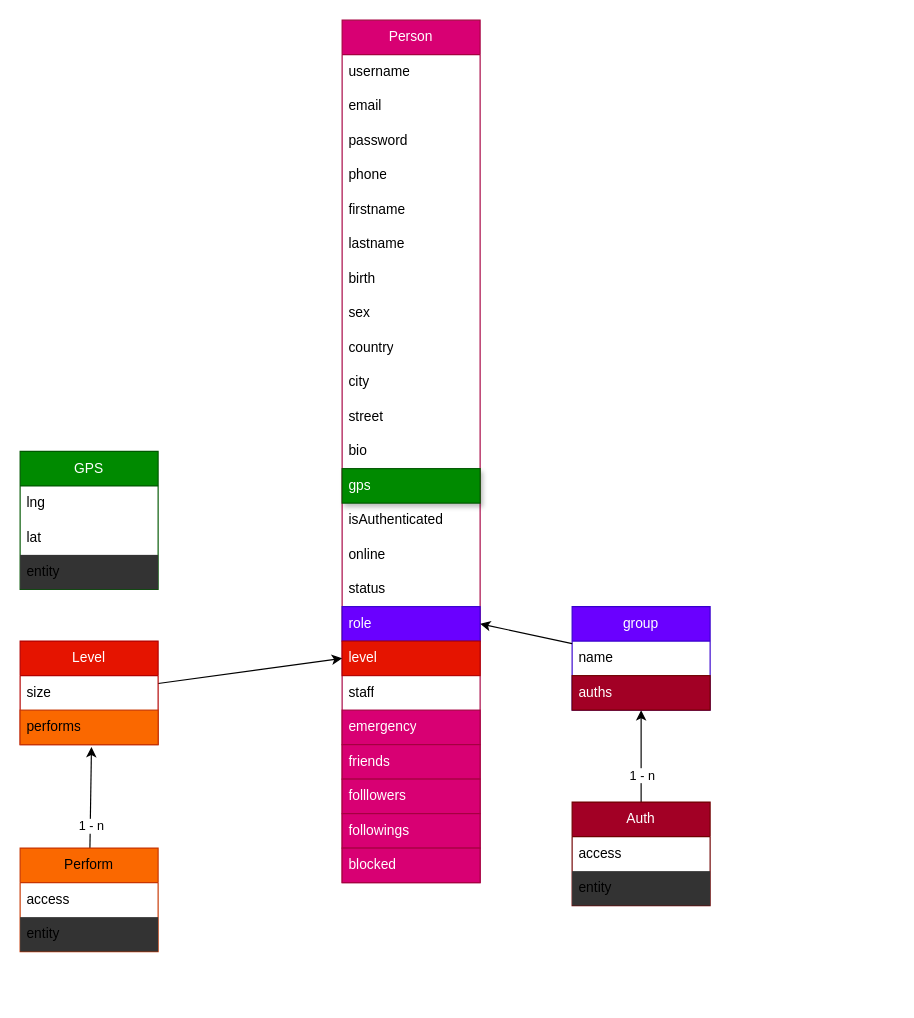
Before: user.drawio in hydromelvictor/wilder, a draw.io diagram. Source tidied: cells renumbered, new cells numbered last; positions are measured from the earlier drawing's top-left corner, leaving out a move shared by most shapes. Both pictures are drawn from the tidied source at 115%, with x=0, y=0 at pixel (20, 20).
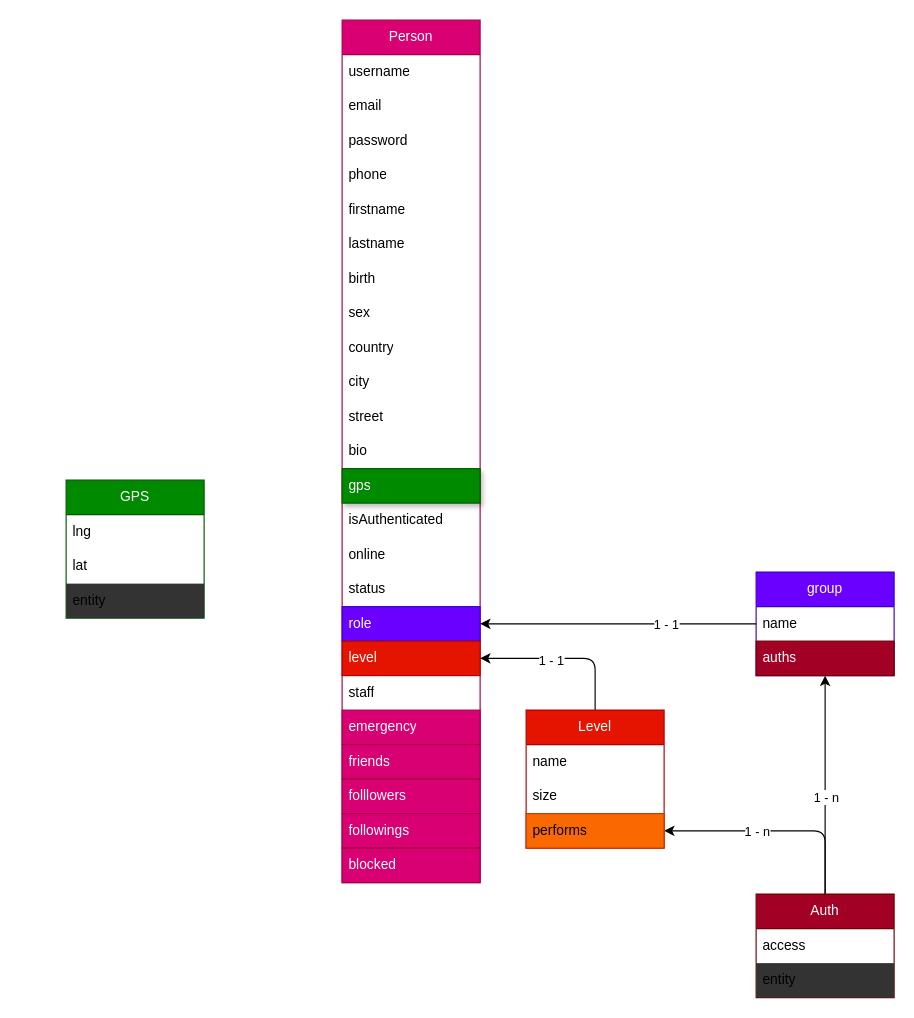
After the change.

The change refers to these unchanged cells:
```xml
<mxCell id="20" value="level" style="text;strokeColor=#B20000;fillColor=#e51400;align=left;verticalAlign=middle;spacingLeft=4;spacingRight=4;overflow=hidden;points=[[0,0.5],[1,0.5]];portConstraint=eastwest;whiteSpace=wrap;html=1;fontColor=#ffffff;" parent="2" vertex="1">
  <mxGeometry y="540" width="120" height="30" as="geometry" />
</mxCell>
<mxCell id="27" style="edgeStyle=none;html=1;" parent="1" edge="1" source="29" target="39">
  <mxGeometry relative="1" as="geometry" />
</mxCell>
<mxCell id="44" style="edgeStyle=none;html=1;entryX=1;entryY=0.5;entryDx=0;entryDy=0;" parent="1" edge="1" source="38" target="19">
  <mxGeometry relative="1" as="geometry" />
</mxCell>
```

Change to the diagram source:
```diff
@@
     <mxCell id="28" value="1 - n" style="edgeLabel;html=1;align=center;verticalAlign=middle;" parent="27" vertex="1">
-      <mxGeometry x="-0.4" relative="1" as="geometry" />
+      <mxGeometry x="-0.4" relative="1" as="geometry">
+        <mxPoint y="-28" as="offset" />
+      </mxGeometry>
     </mxCell>
+    <mxCell id="49" style="edgeStyle=none;html=1;entryX=1;entryY=0.5;entryDx=0;entryDy=0;" parent="1" edge="1" source="29" target="43">
+      <mxGeometry relative="1" as="geometry">
+        <Array as="points">
+          <mxPoint x="700" y="705" />
+        </Array>
+      </mxGeometry>
+    </mxCell>
+    <mxCell id="33" value="1 - n" style="edgeLabel;html=1;align=center;verticalAlign=middle;" parent="49" vertex="1">
+      <mxGeometry x="0.16" y="1" relative="1" as="geometry">
+        <mxPoint x="-2" y="-1" as="offset" />
+      </mxGeometry>
+    </mxCell>
     <mxCell id="29" value="Auth" style="swimlane;fontStyle=0;horizontal=1;startSize=30;whiteSpace=wrap;html=1;fillColor=#a20025;fontColor=#ffffff;strokeColor=#6F0000;" parent="1" vertex="1">
-      <mxGeometry x="480" y="680" width="120" height="90" as="geometry" />
+      <mxGeometry x="640" y="760" width="120" height="90" as="geometry" />
     </mxCell>
@@
-    <mxCell id="32" style="edgeStyle=none;html=1;entryX=0.517;entryY=1.067;entryDx=0;entryDy=0;entryPerimeter=0;" parent="1" edge="1" source="34" target="43">
-      <mxGeometry relative="1" as="geometry" />
-    </mxCell>
-    <mxCell id="33" value="1 - n" style="edgeLabel;html=1;align=center;verticalAlign=middle;" parent="32" vertex="1">
-      <mxGeometry x="-0.55" y="-1" relative="1" as="geometry" />
-    </mxCell>
-    <mxCell id="34" value="Perform" style="swimlane;fontStyle=0;horizontal=1;startSize=30;whiteSpace=wrap;html=1;fillColor=#fa6800;fontColor=#000000;strokeColor=#C73500;" parent="1" vertex="1">
-      <mxGeometry y="720" width="120" height="90" as="geometry" />
-    </mxCell>
-    <mxCell id="35" value="access" style="text;strokeColor=none;fillColor=none;align=left;verticalAlign=middle;spacingLeft=4;spacingRight=4;overflow=hidden;whiteSpace=wrap;html=1;" parent="34" vertex="1">
-      <mxGeometry y="30" width="120" height="30" as="geometry" />
-    </mxCell>
-    <mxCell id="36" value="entity" style="text;strokeColor=none;fillColor=#333333;align=left;verticalAlign=middle;spacingLeft=4;spacingRight=4;overflow=hidden;whiteSpace=wrap;html=1;" parent="34" vertex="1">
-      <mxGeometry y="60" width="120" height="30" as="geometry" />
-    </mxCell>
     <mxCell id="37" value="group" style="swimlane;fontStyle=0;horizontal=1;startSize=30;whiteSpace=wrap;html=1;fillColor=#6a00ff;fontColor=#ffffff;strokeColor=#3700CC;" parent="1" vertex="1">
-      <mxGeometry x="480" y="510" width="120" height="90" as="geometry" />
+      <mxGeometry x="640" y="480" width="120" height="90" as="geometry" />
     </mxCell>
@@
-    <mxCell id="40" style="edgeStyle=none;html=1;entryX=0;entryY=0.5;entryDx=0;entryDy=0;" parent="1" edge="1" source="41" target="20">
-      <mxGeometry relative="1" as="geometry" />
+    <mxCell id="40" style="edgeStyle=none;html=1;entryX=1;entryY=0.5;entryDx=0;entryDy=0;" parent="1" edge="1" source="41" target="20">
+      <mxGeometry relative="1" as="geometry">
+        <Array as="points">
+          <mxPoint x="500" y="555" />
+        </Array>
+      </mxGeometry>
     </mxCell>
+    <mxCell id="50" value="1 - 1" style="edgeLabel;html=1;align=center;verticalAlign=middle;" parent="40" vertex="1">
+      <mxGeometry x="0.16" y="1" relative="1" as="geometry" />
+    </mxCell>
     <mxCell id="41" value="Level" style="swimlane;fontStyle=0;horizontal=1;startSize=30;whiteSpace=wrap;html=1;fillColor=#e51400;fontColor=#ffffff;strokeColor=#B20000;" parent="1" vertex="1">
-      <mxGeometry y="540" width="120" height="90" as="geometry" />
+      <mxGeometry x="440" y="600" width="120" height="120" as="geometry" />
     </mxCell>
-    <mxCell id="42" value="size" style="text;align=left;verticalAlign=middle;spacingLeft=4;spacingRight=4;overflow=hidden;whiteSpace=wrap;html=1;" parent="41" vertex="1">
+    <mxCell id="42" value="name" style="text;align=left;verticalAlign=middle;spacingLeft=4;spacingRight=4;overflow=hidden;whiteSpace=wrap;html=1;" parent="41" vertex="1">
       <mxGeometry y="30" width="120" height="30" as="geometry" />
     </mxCell>
+    <mxCell id="51" value="size" style="text;align=left;verticalAlign=middle;spacingLeft=4;spacingRight=4;overflow=hidden;whiteSpace=wrap;html=1;" parent="41" vertex="1">
+      <mxGeometry y="60" width="120" height="30" as="geometry" />
+    </mxCell>
     <mxCell id="43" value="performs" style="text;strokeColor=#C73500;fillColor=#fa6800;align=left;verticalAlign=middle;spacingLeft=4;spacingRight=4;overflow=hidden;points=[[0,0.5],[1,0.5]];portConstraint=eastwest;whiteSpace=wrap;html=1;fontColor=#000000;" parent="41" vertex="1">
-      <mxGeometry y="60" width="120" height="30" as="geometry" />
+      <mxGeometry y="90" width="120" height="30" as="geometry" />
     </mxCell>
@@
+    <mxCell id="52" value="1 - 1" style="edgeLabel;html=1;align=center;verticalAlign=middle;" parent="44" vertex="1">
+      <mxGeometry x="-0.33" y="4" relative="1" as="geometry">
+        <mxPoint x="1" y="-4" as="offset" />
+      </mxGeometry>
+    </mxCell>
     <mxCell id="45" value="GPS" style="swimlane;fontStyle=0;horizontal=1;startSize=30;whiteSpace=wrap;html=1;fillColor=#008a00;fontColor=#ffffff;strokeColor=#005700;" parent="1" vertex="1">
-      <mxGeometry y="375" width="120" height="120" as="geometry" />
+      <mxGeometry x="40" y="400" width="120" height="120" as="geometry" />
     </mxCell>
```
